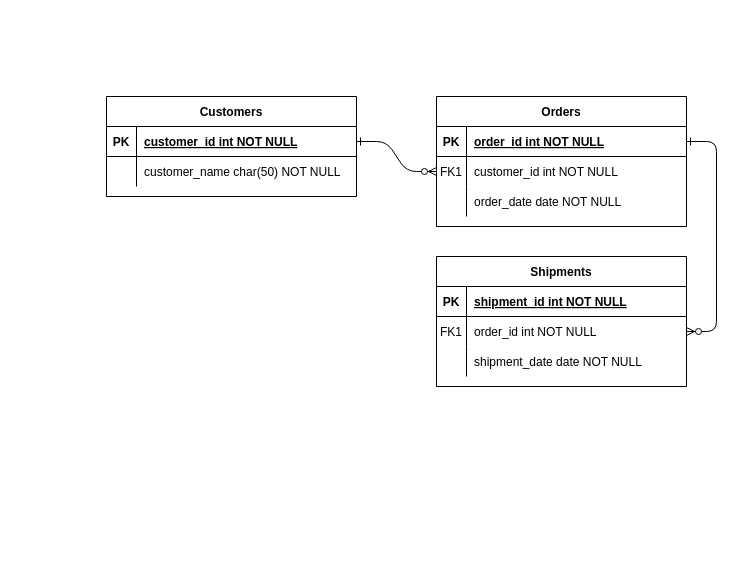
Earlier version of the draw.io diagram ProjectERD.drawio (anniewils97/TheBrightNetwork). Source tidied: cells renumbered, new cells numbered last; positions are measured from the earlier drawing's top-left corner, leaving out a move shared by most shapes. Both pictures are drawn from the tidied source at 100%, with x=0, y=0 at pixel (106, 96).
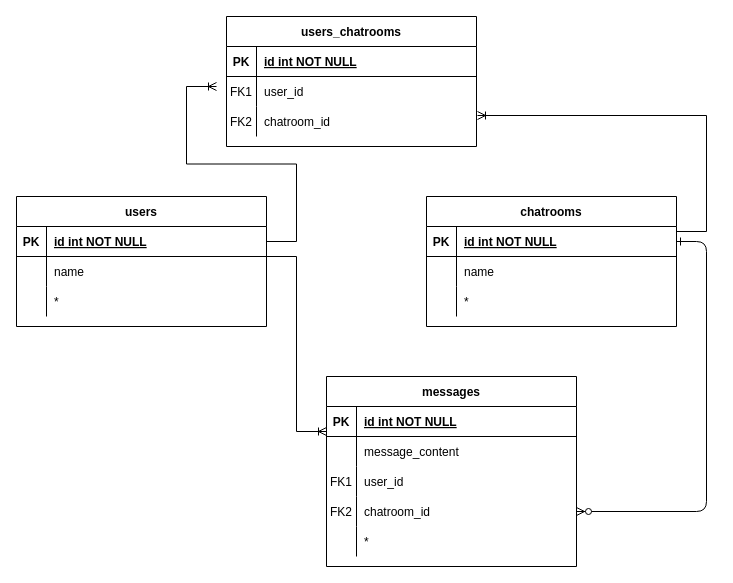
Above is the later version.

The change refers to these unchanged cells:
```xml
<mxCell id="5" style="shape=partialRectangle;fillColor=none;points=[[0,0.5],[1,0.5]];portConstraint=eastwest;top=0;left=0;right=0;bottom=1;" parent="4" vertex="1">
  <mxGeometry y="30" width="250" height="30" as="geometry" />
</mxCell>
<mxCell id="8" style="shape=partialRectangle;fillColor=none;points=[[0,0.5],[1,0.5]];portConstraint=eastwest;top=0;left=0;right=0;bottom=0;" parent="4" vertex="1">
  <mxGeometry y="60" width="250" height="30" as="geometry" />
</mxCell>
<mxCell id="11" style="shape=partialRectangle;fillColor=none;top=0;left=0;right=0;bottom=0;" parent="4" vertex="1">
  <mxGeometry y="90" width="250" height="30" as="geometry" />
</mxCell>
<mxCell id="15" style="shape=partialRectangle;fillColor=none;top=0;left=0;right=0;bottom=1;" parent="14" vertex="1">
  <mxGeometry y="30" width="250" height="30" as="geometry" />
</mxCell>
<mxCell id="25" style="shape=partialRectangle;fillColor=none;points=[[0,0.5],[1,0.5]];portConstraint=eastwest;top=0;left=0;right=0;bottom=1;" parent="24" vertex="1">
  <mxGeometry y="30" width="250" height="30" as="geometry" />
</mxCell>
```

The edit, as a diff of the source:
```diff
@@
-    <mxCell id="2" style="edgeStyle=entityRelationEdgeStyle;endArrow=ERzeroToMany;startArrow=ERone;endFill=1;startFill=0;" parent="1" edge="1" source="25" target="8">
-      <mxGeometry relative="1" as="geometry" />
-    </mxCell>
@@
-    <mxCell id="4" value="Orders" style="shape=table;startSize=30;childLayout=tableLayout;rowLines=0;fontStyle=1;align=center;" parent="1" vertex="1">
-      <mxGeometry x="330" width="250" height="130" as="geometry" />
+    <mxCell id="4" value="chatrooms" style="shape=table;startSize=30;childLayout=tableLayout;rowLines=0;fontStyle=1;align=center;" parent="1" vertex="1">
+      <mxGeometry x="320" y="100" width="250" height="130" as="geometry" />
     </mxCell>
@@
-    <mxCell id="7" value="order_id int NOT NULL " style="shape=partialRectangle;overflow=hidden;fillColor=none;top=0;left=0;bottom=0;right=0;align=left;spacingLeft=6;fontStyle=5;" parent="5" vertex="1">
+    <mxCell id="7" value="id int NOT NULL " style="shape=partialRectangle;overflow=hidden;fillColor=none;top=0;left=0;bottom=0;right=0;align=left;spacingLeft=6;fontStyle=5;" parent="5" vertex="1">
       <mxGeometry x="30" width="220" height="30" as="geometry" />
     </mxCell>
@@
-    <mxCell id="9" value="FK1" style="shape=partialRectangle;overflow=hidden;fillColor=none;top=0;left=0;bottom=0;right=0;" parent="8" vertex="1">
+    <mxCell id="9" style="shape=partialRectangle;overflow=hidden;fillColor=none;top=0;left=0;bottom=0;right=0;" parent="8" vertex="1">
       <mxGeometry width="30" height="30" as="geometry" />
     </mxCell>
-    <mxCell id="10" value="customer_id int NOT NULL" style="shape=partialRectangle;overflow=hidden;fillColor=none;top=0;left=0;bottom=0;right=0;align=left;spacingLeft=6;" parent="8" vertex="1">
+    <mxCell id="10" value="name" style="shape=partialRectangle;overflow=hidden;fillColor=none;top=0;left=0;bottom=0;right=0;align=left;spacingLeft=6;" parent="8" vertex="1">
       <mxGeometry x="30" width="220" height="30" as="geometry" />
     </mxCell>
@@
-    <mxCell id="13" value="order_date date NOT NULL" style="shape=partialRectangle;overflow=hidden;fillColor=none;top=0;left=0;bottom=0;right=0;align=left;spacingLeft=6;" parent="11" vertex="1">
+    <mxCell id="13" value="*" style="shape=partialRectangle;overflow=hidden;fillColor=none;top=0;left=0;bottom=0;right=0;align=left;spacingLeft=6;" parent="11" vertex="1">
       <mxGeometry x="30" width="220" height="30" as="geometry" />
     </mxCell>
-    <mxCell id="14" value="Shipments" style="shape=table;startSize=30;childLayout=tableLayout;rowLines=0;fontStyle=1;align=center;" parent="1" vertex="1">
-      <mxGeometry x="330" y="160" width="250" height="130" as="geometry" />
+    <mxCell id="14" value="messages" style="shape=table;startSize=30;childLayout=tableLayout;rowLines=0;fontStyle=1;align=center;" parent="1" vertex="1">
+      <mxGeometry x="220" y="280" width="250" height="190" as="geometry" />
     </mxCell>
@@
-    <mxCell id="17" value="shipment_id int NOT NULL " style="shape=partialRectangle;overflow=hidden;fillColor=none;top=0;left=0;bottom=0;right=0;align=left;spacingLeft=6;fontStyle=5;" parent="15" vertex="1">
+    <mxCell id="17" value="id int NOT NULL " style="shape=partialRectangle;overflow=hidden;fillColor=none;top=0;left=0;bottom=0;right=0;align=left;spacingLeft=6;fontStyle=5;" parent="15" vertex="1">
       <mxGeometry x="30" width="220" height="30" as="geometry" />
     </mxCell>
+    <mxCell id="31" style="shape=partialRectangle;fillColor=none;top=0;left=0;right=0;bottom=0;" parent="14" vertex="1">
+      <mxGeometry y="60" width="250" height="30" as="geometry" />
+    </mxCell>
+    <mxCell id="32" style="shape=partialRectangle;overflow=hidden;fillColor=none;top=0;left=0;bottom=0;right=0;" parent="31" vertex="1">
+      <mxGeometry width="30" height="30" as="geometry" />
+    </mxCell>
+    <mxCell id="33" value="message_content" style="shape=partialRectangle;overflow=hidden;fillColor=none;top=0;left=0;bottom=0;right=0;align=left;spacingLeft=6;" parent="31" vertex="1">
+      <mxGeometry x="30" width="220" height="30" as="geometry" />
+    </mxCell>
+    <mxCell id="34" style="shape=partialRectangle;fillColor=none;top=0;left=0;right=0;bottom=0;" parent="14" vertex="1">
+      <mxGeometry y="90" width="250" height="30" as="geometry" />
+    </mxCell>
+    <mxCell id="35" value="FK1" style="shape=partialRectangle;overflow=hidden;fillColor=none;top=0;left=0;bottom=0;right=0;" parent="34" vertex="1">
+      <mxGeometry width="30" height="30" as="geometry" />
+    </mxCell>
+    <mxCell id="36" value="user_id" style="shape=partialRectangle;overflow=hidden;fillColor=none;top=0;left=0;bottom=0;right=0;align=left;spacingLeft=6;" parent="34" vertex="1">
+      <mxGeometry x="30" width="220" height="30" as="geometry" />
+    </mxCell>
     <mxCell id="18" style="shape=partialRectangle;fillColor=none;points=[[0,0.5],[1,0.5]];portConstraint=eastwest;top=0;left=0;right=0;bottom=0;" parent="14" vertex="1">
-      <mxGeometry y="60" width="250" height="30" as="geometry" />
+      <mxGeometry y="120" width="250" height="30" as="geometry" />
     </mxCell>
-    <mxCell id="19" value="FK1" style="shape=partialRectangle;overflow=hidden;fillColor=none;top=0;left=0;bottom=0;right=0;" parent="18" vertex="1">
+    <mxCell id="19" value="FK2" style="shape=partialRectangle;overflow=hidden;fillColor=none;top=0;left=0;bottom=0;right=0;" parent="18" vertex="1">
       <mxGeometry width="30" height="30" as="geometry" />
     </mxCell>
-    <mxCell id="20" value="order_id int NOT NULL" style="shape=partialRectangle;overflow=hidden;fillColor=none;top=0;left=0;bottom=0;right=0;align=left;spacingLeft=6;" parent="18" vertex="1">
+    <mxCell id="20" value="chatroom_id" style="shape=partialRectangle;overflow=hidden;fillColor=none;top=0;left=0;bottom=0;right=0;align=left;spacingLeft=6;" parent="18" vertex="1">
       <mxGeometry x="30" width="220" height="30" as="geometry" />
     </mxCell>
-    <mxCell id="21" style="shape=partialRectangle;fillColor=none;top=0;left=0;right=0;bottom=0;" parent="14" vertex="1">
-      <mxGeometry y="90" width="250" height="30" as="geometry" />
-    </mxCell>
-    <mxCell id="22" style="shape=partialRectangle;overflow=hidden;fillColor=none;top=0;left=0;bottom=0;right=0;" parent="21" vertex="1">
-      <mxGeometry width="30" height="30" as="geometry" />
-    </mxCell>
-    <mxCell id="23" value="shipment_date date NOT NULL" style="shape=partialRectangle;overflow=hidden;fillColor=none;top=0;left=0;bottom=0;right=0;align=left;spacingLeft=6;" parent="21" vertex="1">
-      <mxGeometry x="30" width="220" height="30" as="geometry" />
-    </mxCell>
+    <mxCell id="37" style="shape=partialRectangle;fillColor=none;top=0;left=0;right=0;bottom=0;" parent="14" vertex="1">
+      <mxGeometry y="150" width="250" height="30" as="geometry" />
+    </mxCell>
+    <mxCell id="38" style="shape=partialRectangle;overflow=hidden;fillColor=none;top=0;left=0;bottom=0;right=0;" parent="37" vertex="1">
+      <mxGeometry width="30" height="30" as="geometry" />
+    </mxCell>
+    <mxCell id="39" value="*" style="shape=partialRectangle;overflow=hidden;fillColor=none;top=0;left=0;bottom=0;right=0;align=left;spacingLeft=6;" parent="37" vertex="1">
+      <mxGeometry x="30" width="220" height="30" as="geometry" />
+    </mxCell>
-    <mxCell id="24" value="Customers" style="shape=table;startSize=30;childLayout=tableLayout;rowLines=0;fontStyle=1;align=center;" parent="1" vertex="1">
-      <mxGeometry width="250" height="100" as="geometry" />
+    <mxCell id="24" value="users" style="shape=table;startSize=30;childLayout=tableLayout;rowLines=0;fontStyle=1;align=center;" parent="1" vertex="1">
+      <mxGeometry x="-90" y="100" width="250" height="130" as="geometry" />
     </mxCell>
@@
-    <mxCell id="27" value="customer_id int NOT NULL " style="shape=partialRectangle;overflow=hidden;fillColor=none;top=0;left=0;bottom=0;right=0;align=left;spacingLeft=6;fontStyle=5;" parent="25" vertex="1">
+    <mxCell id="27" value="id int NOT NULL " style="shape=partialRectangle;overflow=hidden;fillColor=none;top=0;left=0;bottom=0;right=0;align=left;spacingLeft=6;fontStyle=5;" parent="25" vertex="1">
       <mxGeometry x="30" width="220" height="30" as="geometry" />
     </mxCell>
+    <mxCell id="40" style="shape=partialRectangle;fillColor=none;top=0;left=0;right=0;bottom=0;" parent="24" vertex="1">
+      <mxGeometry y="60" width="250" height="30" as="geometry" />
+    </mxCell>
+    <mxCell id="41" style="shape=partialRectangle;overflow=hidden;fillColor=none;top=0;left=0;bottom=0;right=0;" parent="40" vertex="1">
+      <mxGeometry width="30" height="30" as="geometry" />
+    </mxCell>
+    <mxCell id="42" value="name" style="shape=partialRectangle;overflow=hidden;fillColor=none;top=0;left=0;bottom=0;right=0;align=left;spacingLeft=6;" parent="40" vertex="1">
+      <mxGeometry x="30" width="220" height="30" as="geometry" />
+    </mxCell>
     <mxCell id="28" style="shape=partialRectangle;fillColor=none;top=0;left=0;right=0;bottom=0;" parent="24" vertex="1">
-      <mxGeometry y="60" width="250" height="30" as="geometry" />
+      <mxGeometry y="90" width="250" height="30" as="geometry" />
     </mxCell>
@@
-    <mxCell id="30" value="customer_name char(50) NOT NULL" style="shape=partialRectangle;overflow=hidden;fillColor=none;top=0;left=0;bottom=0;right=0;align=left;spacingLeft=6;" parent="28" vertex="1">
+    <mxCell id="30" value="*" style="shape=partialRectangle;overflow=hidden;fillColor=none;top=0;left=0;bottom=0;right=0;align=left;spacingLeft=6;" parent="28" vertex="1">
       <mxGeometry x="30" width="220" height="30" as="geometry" />
     </mxCell>
+    <mxCell id="43" value="users_chatrooms" style="shape=table;startSize=30;childLayout=tableLayout;rowLines=0;fontStyle=1;align=center;" parent="1" vertex="1">
+      <mxGeometry x="120" y="-80" width="250" height="130" as="geometry" />
+    </mxCell>
+    <mxCell id="44" style="shape=partialRectangle;fillColor=none;top=0;left=0;right=0;bottom=1;" parent="43" vertex="1">
+      <mxGeometry y="30" width="250" height="30" as="geometry" />
+    </mxCell>
+    <mxCell id="45" value="PK" style="shape=partialRectangle;overflow=hidden;fillColor=none;top=0;left=0;bottom=0;right=0;fontStyle=1;" parent="44" vertex="1">
+      <mxGeometry width="30" height="30" as="geometry" />
+    </mxCell>
+    <mxCell id="46" value="id int NOT NULL " style="shape=partialRectangle;overflow=hidden;fillColor=none;top=0;left=0;bottom=0;right=0;align=left;spacingLeft=6;fontStyle=5;" parent="44" vertex="1">
+      <mxGeometry x="30" width="220" height="30" as="geometry" />
+    </mxCell>
+    <mxCell id="47" style="shape=partialRectangle;fillColor=none;top=0;left=0;right=0;bottom=0;" parent="43" vertex="1">
+      <mxGeometry y="60" width="250" height="30" as="geometry" />
+    </mxCell>
+    <mxCell id="48" value="FK1" style="shape=partialRectangle;overflow=hidden;fillColor=none;top=0;left=0;bottom=0;right=0;" parent="47" vertex="1">
+      <mxGeometry width="30" height="30" as="geometry" />
+    </mxCell>
+    <mxCell id="49" value="user_id" style="shape=partialRectangle;overflow=hidden;fillColor=none;top=0;left=0;bottom=0;right=0;align=left;spacingLeft=6;" parent="47" vertex="1">
+      <mxGeometry x="30" width="220" height="30" as="geometry" />
+    </mxCell>
+    <mxCell id="50" style="shape=partialRectangle;fillColor=none;points=[[0,0.5],[1,0.5]];portConstraint=eastwest;top=0;left=0;right=0;bottom=0;" parent="43" vertex="1">
+      <mxGeometry y="90" width="250" height="30" as="geometry" />
+    </mxCell>
+    <mxCell id="51" value="FK2" style="shape=partialRectangle;overflow=hidden;fillColor=none;top=0;left=0;bottom=0;right=0;" parent="50" vertex="1">
+      <mxGeometry width="30" height="30" as="geometry" />
+    </mxCell>
+    <mxCell id="52" value="chatroom_id" style="shape=partialRectangle;overflow=hidden;fillColor=none;top=0;left=0;bottom=0;right=0;align=left;spacingLeft=6;" parent="50" vertex="1">
+      <mxGeometry x="30" width="220" height="30" as="geometry" />
+    </mxCell>
+    <mxCell id="53" style="edgeStyle=entityRelationEdgeStyle;fontSize=12;html=1;endArrow=ERoneToMany;rounded=0;exitX=1;exitY=0.5;exitDx=0;exitDy=0;" parent="1" edge="1" source="25">
+      <mxGeometry relative="1" as="geometry">
+        <mxPoint x="110" y="-10" as="targetPoint" />
+        <Array as="points">
+          <mxPoint x="30" y="50" />
+        </Array>
+      </mxGeometry>
+    </mxCell>
+    <mxCell id="54" style="edgeStyle=entityRelationEdgeStyle;fontSize=12;html=1;endArrow=ERoneToMany;rounded=0;entryX=0;entryY=0.5;entryDx=0;entryDy=0;" parent="1" edge="1">
+      <mxGeometry relative="1" as="geometry">
+        <mxPoint x="160" y="160" as="sourcePoint" />
+        <mxPoint x="220" y="335" as="targetPoint" />
+        <Array as="points">
+          <mxPoint x="210" y="335" />
+        </Array>
+      </mxGeometry>
+    </mxCell>
+    <mxCell id="55" style="edgeStyle=entityRelationEdgeStyle;fontSize=12;html=1;endArrow=ERoneToMany;rounded=0;exitX=1;exitY=0.5;exitDx=0;exitDy=0;entryX=1.004;entryY=0.3;entryDx=0;entryDy=0;entryPerimeter=0;" parent="1" edge="1" target="50">
+      <mxGeometry relative="1" as="geometry">
+        <mxPoint x="570" y="135" as="sourcePoint" />
+        <Array as="points">
+          <mxPoint x="440" y="40" />
+        </Array>
+      </mxGeometry>
+    </mxCell>
```
